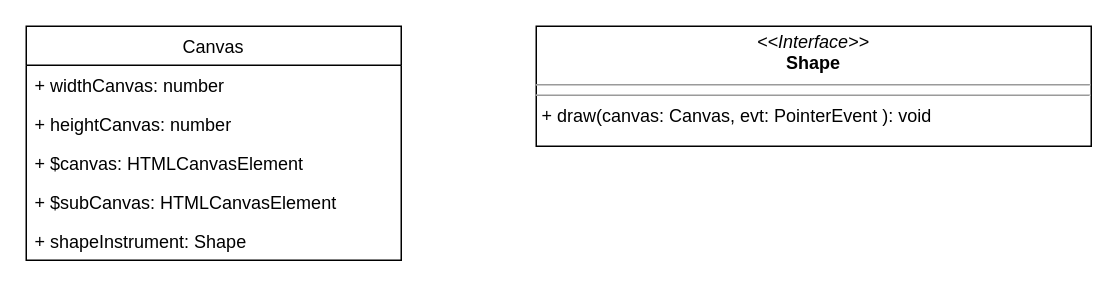
AndreyUytov/drawing-app keeps this draw.io diagram as page "Page-1" (1 of 2) of Untitled Diagram.drawio. Above is the earlier version. Source tidied: cells renumbered, new cells numbered last; positions are measured from the earlier drawing's top-left corner, leaving out a move shared by most shapes. Both pictures are drawn from the tidied source at 150%, with x=0, y=0 at pixel (26, 26).
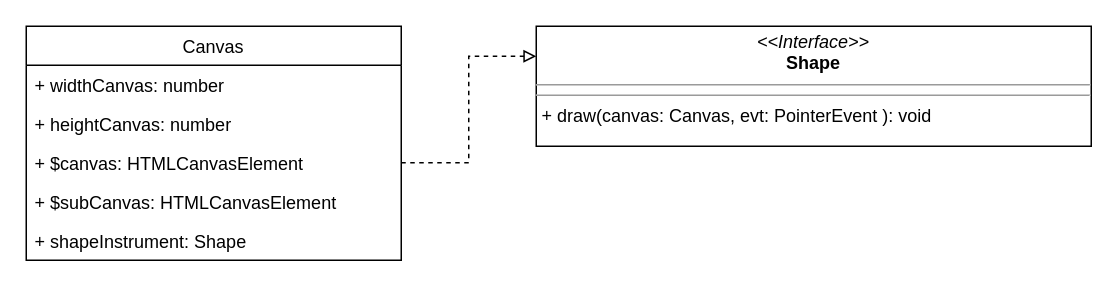
After the change.

Diff of the diagram source:
```diff
@@
 <mxGraphModel>
   <root>
     <mxCell id="0" />
     <mxCell id="1" parent="0" />
     <mxCell id="2" value="&lt;p style=&quot;margin: 0px ; margin-top: 4px ; text-align: center&quot;&gt;&lt;i&gt;&amp;lt;&amp;lt;Interface&amp;gt;&amp;gt;&lt;/i&gt;&lt;br&gt;&lt;b&gt;Shape&lt;/b&gt;&lt;/p&gt;&lt;hr size=&quot;1&quot;&gt;&lt;hr size=&quot;1&quot;&gt;&lt;p style=&quot;margin: 0px ; margin-left: 4px&quot;&gt;+ draw(canvas:&amp;nbsp;Canvas,&amp;nbsp;evt:&amp;nbsp;PointerEvent&amp;nbsp;):&amp;nbsp;void&lt;/p&gt;" style="verticalAlign=top;align=left;overflow=fill;fontSize=12;fontFamily=Helvetica;html=1;" parent="1" vertex="1">
       <mxGeometry x="340" width="370" height="80" as="geometry" />
     </mxCell>
     <mxCell id="3" value="Canvas" style="swimlane;fontStyle=0;horizontal=1;startSize=26;fillColor=none;" parent="1" vertex="1">
       <mxGeometry width="250" height="156" as="geometry" />
     </mxCell>
     <mxCell id="4" value="+ widthCanvas: number" style="text;strokeColor=none;fillColor=none;align=left;verticalAlign=top;spacingLeft=4;spacingRight=4;overflow=hidden;" parent="3" vertex="1">
       <mxGeometry y="26" width="250" height="26" as="geometry" />
     </mxCell>
     <mxCell id="5" value="+ heightCanvas: number" style="text;strokeColor=none;fillColor=none;align=left;verticalAlign=top;spacingLeft=4;spacingRight=4;overflow=hidden;" parent="3" vertex="1">
       <mxGeometry y="52" width="250" height="26" as="geometry" />
     </mxCell>
     <mxCell id="6" value="+ $canvas: HTMLCanvasElement&#10;&#10;" style="text;strokeColor=none;fillColor=none;align=left;verticalAlign=top;spacingLeft=4;spacingRight=4;overflow=hidden;points=[[0,0.5],[1,0.5]];portConstraint=eastwest;" parent="3" vertex="1">
       <mxGeometry y="78" width="250" height="26" as="geometry" />
     </mxCell>
     <mxCell id="7" value="+ $subCanvas: HTMLCanvasElement" style="text;strokeColor=none;fillColor=none;align=left;verticalAlign=top;spacingLeft=4;spacingRight=4;overflow=hidden;" parent="3" vertex="1">
       <mxGeometry y="104" width="250" height="26" as="geometry" />
     </mxCell>
     <mxCell id="8" value="+ shapeInstrument: Shape" style="text;strokeColor=none;fillColor=none;align=left;verticalAlign=top;spacingLeft=4;spacingRight=4;overflow=hidden;" parent="3" vertex="1">
       <mxGeometry y="130" width="250" height="26" as="geometry" />
     </mxCell>
+    <mxCell id="9" style="edgeStyle=orthogonalEdgeStyle;rounded=0;jettySize=auto;html=1;exitX=1;exitY=0.5;exitDx=0;exitDy=0;entryX=0;entryY=0.25;entryDx=0;entryDy=0;endArrow=block;endFill=0;dashed=1;" parent="1" edge="1" source="6" target="2">
+      <mxGeometry relative="1" as="geometry" />
+    </mxCell>
   </root>
 </mxGraphModel>
```
